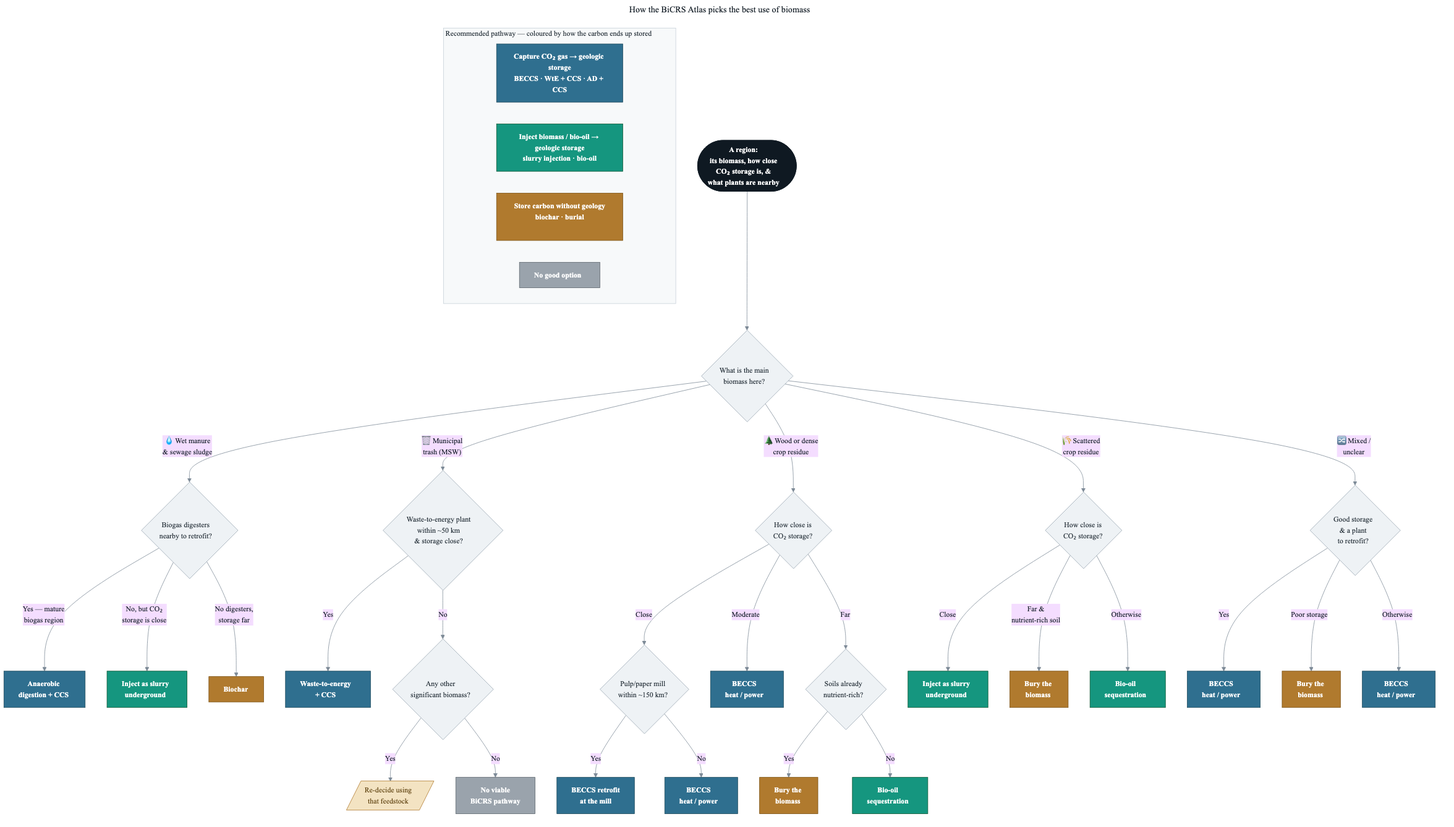
The Mermaid diagram docs/recommendation_flowchart.png in hausfath/biomass_map, before a commit. Its source is kept beside it as docs/recommendation_flowchart.mmd.
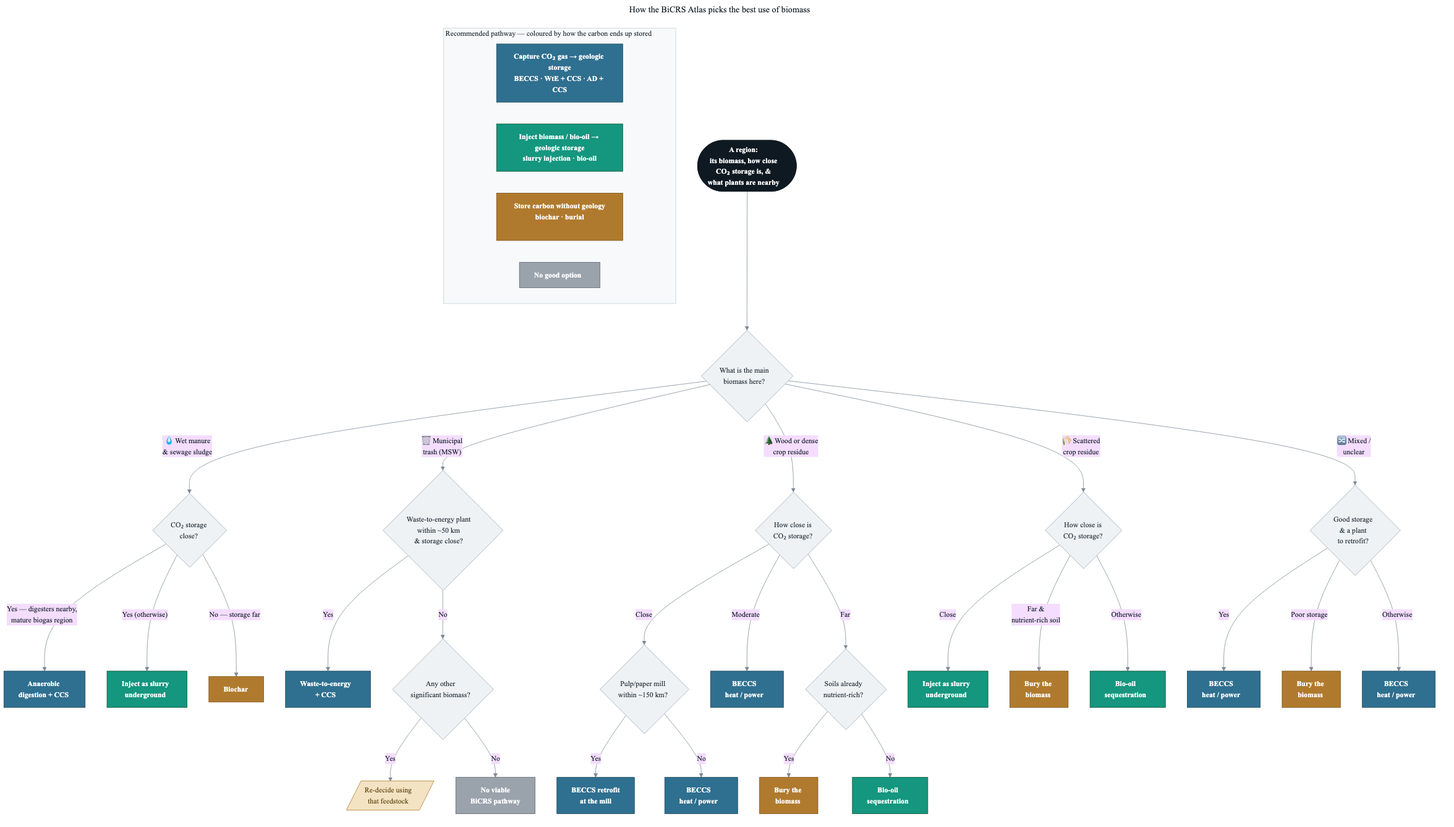
The same diagram one commit later.

Commit message:
Gate AD+CCS on storage proximity; score storage across the US/Canada border

Change to the diagram source:
```diff
@@ -15,10 +15,10 @@
 flowchart TD
     Start([A region:<br/>its biomass, how close<br/>CO₂ storage is, &<br/>what plants are nearby]) --> DOM{What is the main<br/>biomass here?}
 
-    DOM -->|"💧 Wet manure<br/>& sewage sludge"| M{Biogas digesters<br/>nearby to retrofit?}
-    M -->|Yes — mature<br/>biogas region| Mad["Anaerobic<br/>digestion + CCS"]
-    M -->|"No, but CO₂<br/>storage is close"| Minj["Inject as slurry<br/>underground"]
-    M -->|"No digesters,<br/>storage far"| Mbio["Biochar"]
+    DOM -->|"💧 Wet manure<br/>& sewage sludge"| M{CO₂ storage<br/>close?}
+    M -->|Yes — digesters nearby,<br/>mature biogas region| Mad["Anaerobic<br/>digestion + CCS"]
+    M -->|"Yes (otherwise)"| Minj["Inject as slurry<br/>underground"]
+    M -->|"No — storage far"| Mbio["Biochar"]
 
     DOM -->|"🗑️ Municipal<br/>trash (MSW)"| W{Waste-to-energy plant<br/>within ~50 km<br/>& storage close?}
     W -->|Yes| Wwte["Waste-to-energy<br/>+ CCS"]
```
